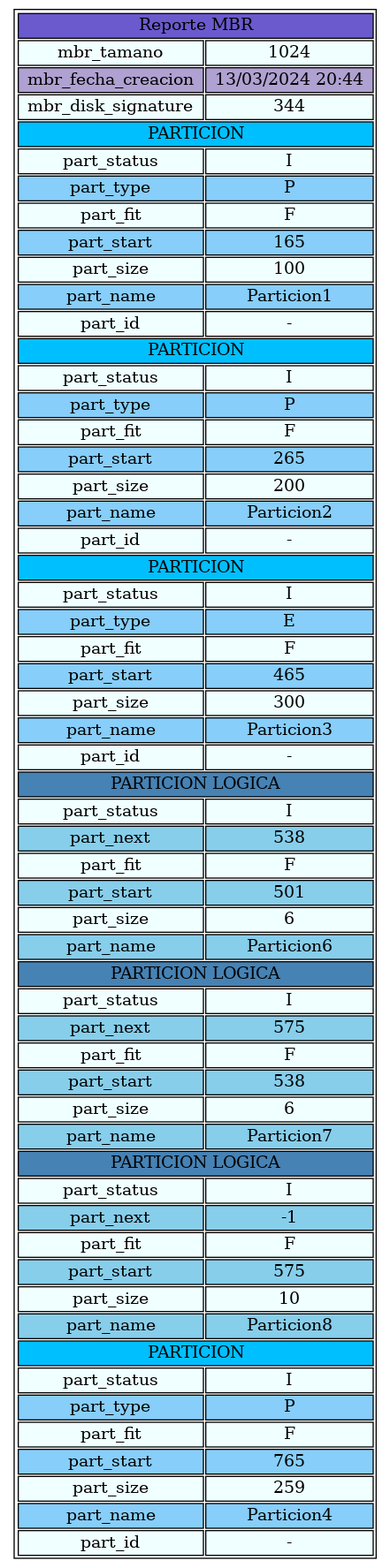
The Graphviz diagram MIA/Reportes/mbrB.png in kmsu/MIA_P1_200915348, before a commit. Its source is kept beside it as MIA/Reportes/mbrB.dot.
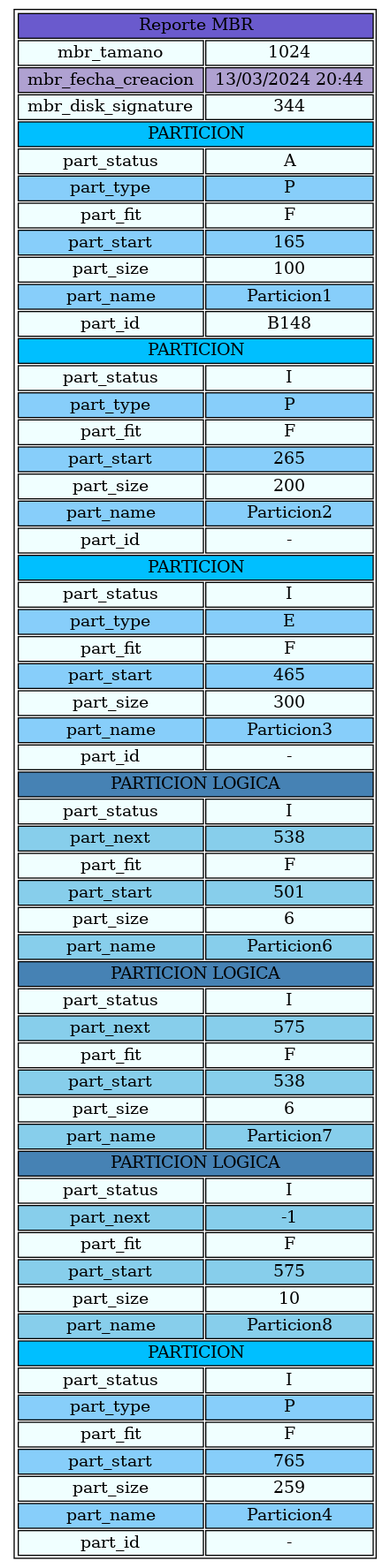
The same diagram one commit later.

Change to the diagram source:
```diff
@@ -21,7 +21,7 @@
  </tr>
  <tr>
   <td bgcolor='Azure'> part_status </td>
-  <td bgcolor='Azure'> I </td>
+  <td bgcolor='Azure'> A </td>
  </tr>
  <tr>
   <td bgcolor='LightSkyBlue'> part_type </td>
@@ -45,7 +45,7 @@
  </tr>
  <tr>
   <td bgcolor='Azure'> part_id </td>
-  <td bgcolor='Azure'> - </td>
+  <td bgcolor='Azure'> B148 </td>
  </tr>
  <tr>
   <td bgcolor='DeepSkyBlue' COLSPAN="2"> PARTICION </td>
```
